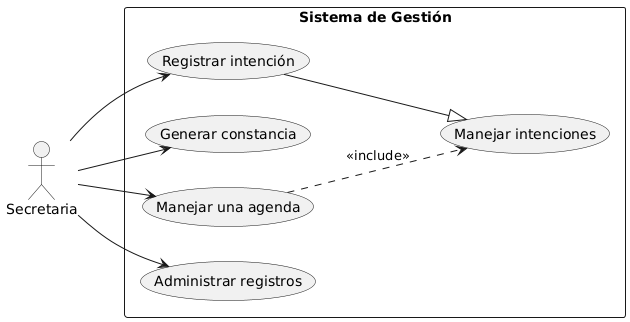
Above: Documentacion/casos de uso.png in EGA-SUPREMO/Sistema-de-Gestion-Parroquial (PlantUML), before the change. The source it was exported from:
```plantuml
@startuml
left to right direction

actor Secretaria

rectangle "Sistema de Gestión" {
  usecase "Registrar intención" as UC6
  usecase "Generar constancia" as UC1
  usecase "Manejar una agenda" as UC2
  usecase "Manejar intenciones" as UC3
  usecase "Administrar registros" as UC5
}

Secretaria --> UC1
Secretaria --> UC2
UC2 ..> UC3 : <<include>>
Secretaria --> UC5
Secretaria --> UC6
UC6 --|> UC3
@enduml
```
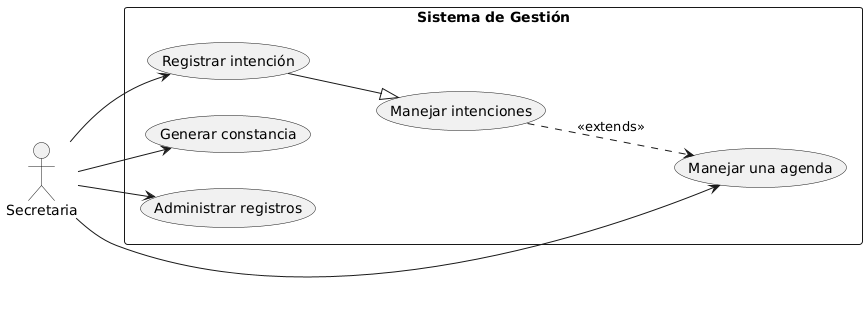
The same file after the commit.

Commit message:
Actualizar imagen de casos de uso

The edit, as a diff of the source:
```diff
@@ -13,7 +13,7 @@
 
 Secretaria --> UC1
 Secretaria --> UC2
-UC2 ..> UC3 : <<include>>
+UC3 ..> UC2 : <<extends>>
 Secretaria --> UC5
 Secretaria --> UC6
 UC6 --|> UC3
```
